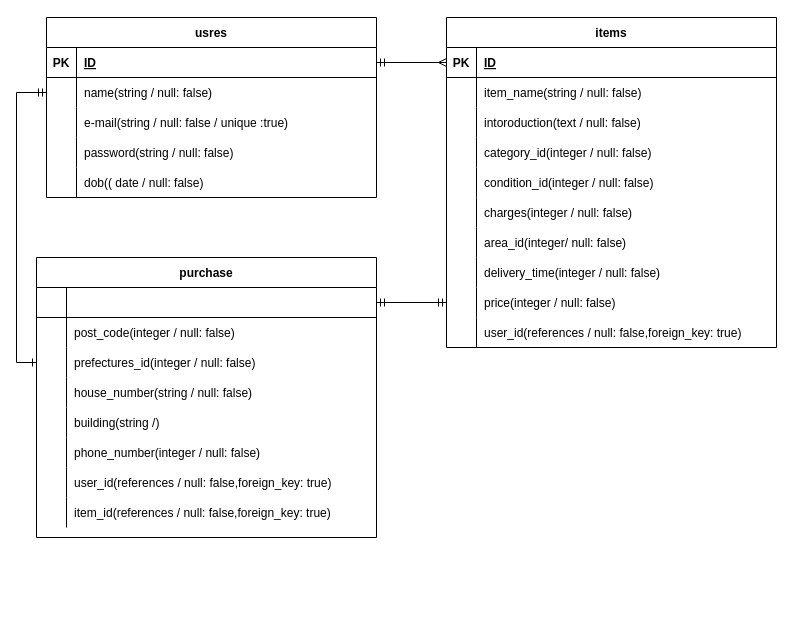
The draw.io diagram ER.dio in YUKOU-s2/furima-34806, before the edit. Source tidied: cells renumbered, new cells numbered last; positions are measured from the earlier drawing's top-left corner, leaving out a move shared by most shapes. Both pictures are drawn from the tidied source at 100%, with x=0, y=0 at pixel (36, 17).
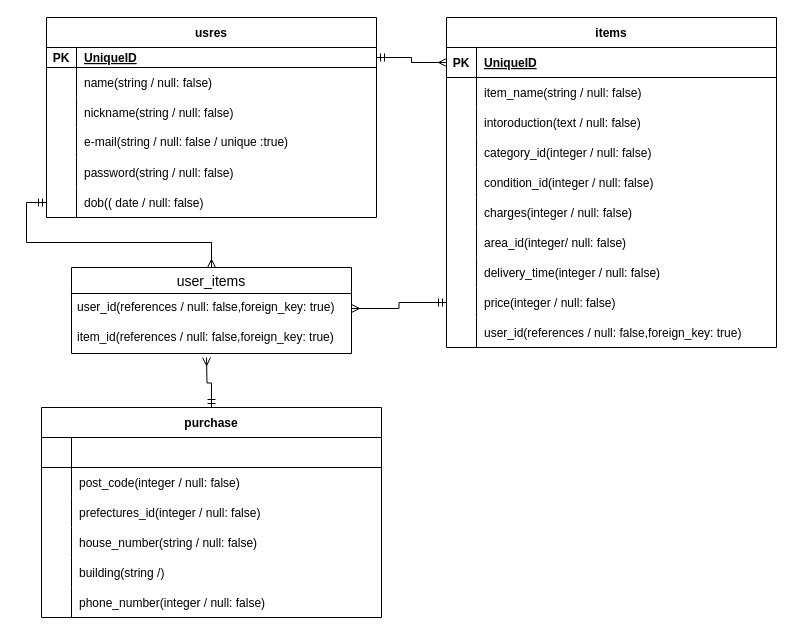
Above is the later version.

Commit message (it also covers changes not shown here):
データベース設計（修正）

Unchanged cells that the change refers to:
```xml
<mxCell id="19" style="shape=partialRectangle;fillColor=none;top=0;left=0;bottom=1;right=0;points=[[0,0.5],[1,0.5]];portConstraint=eastwest;" parent="18" vertex="1">
  <mxGeometry y="30" width="330" height="30" as="geometry" />
</mxCell>
<mxCell id="43" style="shape=partialRectangle;fillColor=none;top=0;left=0;bottom=0;right=0;points=[[0,0.5],[1,0.5]];portConstraint=eastwest;" parent="18" vertex="1">
  <mxGeometry y="270" width="330" height="30" as="geometry" />
</mxCell>
<mxCell id="50" style="shape=partialRectangle;fillColor=none;top=0;left=0;bottom=1;right=0;points=[[0,0.5],[1,0.5]];portConstraint=eastwest;" parent="49" vertex="1">
  <mxGeometry y="30" width="340" height="30" as="geometry" />
</mxCell>
<mxCell id="56" style="shape=partialRectangle;fillColor=none;top=0;left=0;bottom=0;right=0;points=[[0,0.5],[1,0.5]];portConstraint=eastwest;" parent="49" vertex="1">
  <mxGeometry y="90" width="340" height="30" as="geometry" />
</mxCell>
```

Change to the diagram source:
```diff
@@
     <mxCell id="2" value="usres" style="shape=table;startSize=30;childLayout=tableLayout;rowLines=0;fontStyle=1;align=center;" parent="1" vertex="1">
-      <mxGeometry x="10" width="330" height="180" as="geometry" />
+      <mxGeometry x="10" width="330" height="200" as="geometry" />
     </mxCell>
     <mxCell id="3" style="shape=partialRectangle;fillColor=none;top=0;left=0;bottom=1;right=0;points=[[0,0.5],[1,0.5]];portConstraint=eastwest;" parent="2" vertex="1">
-      <mxGeometry y="30" width="330" height="30" as="geometry" />
+      <mxGeometry y="30" width="330" height="20" as="geometry" />
     </mxCell>
     <mxCell id="4" value="PK" style="shape=partialRectangle;fillColor=none;top=0;left=0;bottom=0;right=0;fontStyle=1;overflow=hidden;" parent="3" vertex="1">
-      <mxGeometry width="30" height="30" as="geometry" />
+      <mxGeometry width="30" height="20" as="geometry" />
     </mxCell>
-    <mxCell id="5" value="ID" style="shape=partialRectangle;fillColor=none;top=0;left=0;bottom=0;right=0;align=left;spacingLeft=6;fontStyle=5;overflow=hidden;" parent="3" vertex="1">
-      <mxGeometry x="30" width="300" height="30" as="geometry" />
+    <mxCell id="5" value="UniqueID" style="shape=partialRectangle;fillColor=none;top=0;left=0;bottom=0;right=0;align=left;spacingLeft=6;fontStyle=5;overflow=hidden;" parent="3" vertex="1">
+      <mxGeometry x="30" width="300" height="20" as="geometry" />
     </mxCell>
     <mxCell id="6" style="shape=partialRectangle;fillColor=none;top=0;left=0;bottom=0;right=0;points=[[0,0.5],[1,0.5]];portConstraint=eastwest;" parent="2" vertex="1">
-      <mxGeometry y="60" width="330" height="30" as="geometry" />
+      <mxGeometry y="50" width="330" height="30" as="geometry" />
     </mxCell>
@@
+    <mxCell id="77" style="shape=partialRectangle;fillColor=none;top=0;left=0;bottom=0;right=0;" parent="2" vertex="1">
+      <mxGeometry y="80" width="330" height="30" as="geometry" />
+    </mxCell>
+    <mxCell id="78" style="shape=partialRectangle;fillColor=none;top=0;left=0;bottom=0;right=0;overflow=hidden;" parent="77" vertex="1">
+      <mxGeometry width="30" height="30" as="geometry" />
+    </mxCell>
+    <mxCell id="79" value="nickname(string / null: false)" style="shape=partialRectangle;fillColor=none;top=0;left=0;bottom=0;right=0;align=left;spacingLeft=6;overflow=hidden;" parent="77" vertex="1">
+      <mxGeometry x="30" width="300" height="30" as="geometry" />
+    </mxCell>
     <mxCell id="9" style="shape=partialRectangle;fillColor=none;top=0;left=0;bottom=0;right=0;" parent="2" vertex="1">
-      <mxGeometry y="90" width="330" height="30" as="geometry" />
+      <mxGeometry y="110" width="330" height="30" as="geometry" />
     </mxCell>
@@
-    <mxCell id="11" value="e-mail(string / null: false / unique :true)" style="shape=partialRectangle;fillColor=none;top=0;left=0;bottom=0;right=0;align=left;spacingLeft=6;overflow=hidden;" parent="9" vertex="1">
+    <mxCell id="11" value="e-mail(string / null: false / unique :true)" style="shape=partialRectangle;fillColor=none;top=0;left=0;bottom=0;right=0;align=left;spacingLeft=6;overflow=hidden;whiteSpace=wrap;" parent="9" vertex="1">
       <mxGeometry x="30" width="300" height="30" as="geometry" />
     </mxCell>
     <mxCell id="12" style="shape=partialRectangle;fillColor=none;top=0;left=0;bottom=0;right=0;" parent="2" vertex="1">
-      <mxGeometry y="120" width="330" height="30" as="geometry" />
+      <mxGeometry y="140" width="330" height="30" as="geometry" />
     </mxCell>
@@
     <mxCell id="15" style="shape=partialRectangle;fillColor=none;top=0;left=0;bottom=0;right=0;points=[[0,0.5],[1,0.5]];portConstraint=eastwest;" parent="2" vertex="1">
-      <mxGeometry y="150" width="330" height="30" as="geometry" />
+      <mxGeometry y="170" width="330" height="30" as="geometry" />
     </mxCell>
@@
-    <mxCell id="21" value="ID" style="shape=partialRectangle;fillColor=none;top=0;left=0;bottom=0;right=0;align=left;spacingLeft=6;fontStyle=5;overflow=hidden;" parent="19" vertex="1">
+    <mxCell id="21" value="UniqueID" style="shape=partialRectangle;fillColor=none;top=0;left=0;bottom=0;right=0;align=left;spacingLeft=6;fontStyle=5;overflow=hidden;" parent="19" vertex="1">
       <mxGeometry x="30" width="300" height="30" as="geometry" />
     </mxCell>
@@
+    <mxCell id="80" style="edgeStyle=orthogonalEdgeStyle;rounded=0;jettySize=auto;html=1;exitX=0.5;exitY=0;exitDx=0;exitDy=0;startArrow=ERmandOne;startFill=0;endArrow=ERmany;endFill=0;" parent="1" edge="1" source="49">
+      <mxGeometry relative="1" as="geometry">
+        <mxPoint x="170" y="340" as="targetPoint" />
+      </mxGeometry>
+    </mxCell>
     <mxCell id="49" value="purchase" style="shape=table;startSize=30;childLayout=tableLayout;rowLines=0;fontStyle=1;align=center;" parent="1" vertex="1">
-      <mxGeometry y="240" width="340" height="280" as="geometry" />
+      <mxGeometry x="5" y="390" width="340" height="210" as="geometry" />
     </mxCell>
@@
-    <mxCell id="68" style="shape=partialRectangle;fillColor=none;top=0;left=0;bottom=0;right=0;" parent="49" vertex="1">
-      <mxGeometry y="210" width="340" height="30" as="geometry" />
-    </mxCell>
-    <mxCell id="69" style="shape=partialRectangle;fillColor=none;top=0;left=0;bottom=0;right=0;overflow=hidden;" parent="68" vertex="1">
-      <mxGeometry width="30" height="30" as="geometry" />
-    </mxCell>
+    <mxCell id="74" style="edgeStyle=orthogonalEdgeStyle;rounded=0;jettySize=auto;html=1;exitX=1;exitY=0.5;exitDx=0;exitDy=0;endArrow=ERmany;endFill=0;startArrow=ERmandOne;startFill=0;" parent="1" edge="1" source="3" target="19">
+      <mxGeometry relative="1" as="geometry" />
+    </mxCell>
+    <mxCell id="81" value="user_items" style="swimlane;fontStyle=0;horizontal=1;startSize=26;align=center;fontSize=14;" parent="1" vertex="1">
+      <mxGeometry x="35" y="250" width="280" height="86" as="geometry" />
+    </mxCell>
-    <mxCell id="70" value="user_id(references / null: false,foreign_key: true)" style="shape=partialRectangle;fillColor=none;top=0;left=0;bottom=0;right=0;align=left;spacingLeft=6;overflow=hidden;" parent="68" vertex="1">
-      <mxGeometry x="30" width="310" height="30" as="geometry" />
+    <mxCell id="70" value="user_id(references / null: false,foreign_key: true)" style="text;strokeColor=none;fillColor=none;spacingLeft=4;spacingRight=4;overflow=hidden;points=[[0,0.5],[1,0.5]];portConstraint=eastwest;fontSize=12;" parent="81" vertex="1">
+      <mxGeometry y="26" width="280" height="30" as="geometry" />
     </mxCell>
-    <mxCell id="71" style="shape=partialRectangle;fillColor=none;top=0;left=0;bottom=0;right=0;" parent="49" vertex="1">
-      <mxGeometry y="240" width="340" height="30" as="geometry" />
-    </mxCell>
-    <mxCell id="72" style="shape=partialRectangle;fillColor=none;top=0;left=0;bottom=0;right=0;overflow=hidden;" parent="71" vertex="1">
-      <mxGeometry width="30" height="30" as="geometry" />
-    </mxCell>
-    <mxCell id="73" value="item_id(references / null: false,foreign_key: true)" style="shape=partialRectangle;fillColor=none;top=0;left=0;bottom=0;right=0;align=left;spacingLeft=6;overflow=hidden;" parent="71" vertex="1">
-      <mxGeometry x="30" width="310" height="30" as="geometry" />
+    <mxCell id="73" value="item_id(references / null: false,foreign_key: true)" style="text;strokeColor=none;fillColor=none;spacingLeft=4;spacingRight=4;overflow=hidden;fontSize=12;" parent="81" vertex="1">
+      <mxGeometry y="56" width="280" height="30" as="geometry" />
     </mxCell>
-    <mxCell id="74" style="edgeStyle=orthogonalEdgeStyle;rounded=0;jettySize=auto;html=1;exitX=1;exitY=0.5;exitDx=0;exitDy=0;endArrow=ERmany;endFill=0;startArrow=ERmandOne;startFill=0;" parent="1" edge="1" source="3" target="19">
-      <mxGeometry relative="1" as="geometry" />
-    </mxCell>
-    <mxCell id="75" style="edgeStyle=orthogonalEdgeStyle;rounded=0;jettySize=auto;html=1;exitX=0;exitY=0.5;exitDx=0;exitDy=0;entryX=0;entryY=0.5;entryDx=0;entryDy=0;endArrow=ERone;endFill=0;startArrow=ERmandOne;startFill=0;" parent="1" edge="1" source="6" target="56">
-      <mxGeometry relative="1" as="geometry" />
-    </mxCell>
-    <mxCell id="76" style="edgeStyle=orthogonalEdgeStyle;rounded=0;jettySize=auto;html=1;entryX=0;entryY=0.5;entryDx=0;entryDy=0;startArrow=ERmandOne;startFill=0;endArrow=ERmandOne;endFill=0;" parent="1" edge="1" source="50" target="43">
-      <mxGeometry relative="1" as="geometry" />
-    </mxCell>
+    <mxCell id="82" style="edgeStyle=orthogonalEdgeStyle;rounded=0;jettySize=auto;html=1;entryX=1;entryY=0.5;entryDx=0;entryDy=0;endArrow=ERmany;endFill=0;startArrow=ERmandOne;startFill=0;" parent="1" edge="1" source="43" target="70">
+      <mxGeometry relative="1" as="geometry" />
+    </mxCell>
+    <mxCell id="83" style="edgeStyle=orthogonalEdgeStyle;rounded=0;jettySize=auto;html=1;entryX=0.5;entryY=0;entryDx=0;entryDy=0;startArrow=ERmandOne;startFill=0;endArrow=ERmany;endFill=0;" parent="1" edge="1" source="15" target="81">
+      <mxGeometry relative="1" as="geometry" />
+    </mxCell>
```
